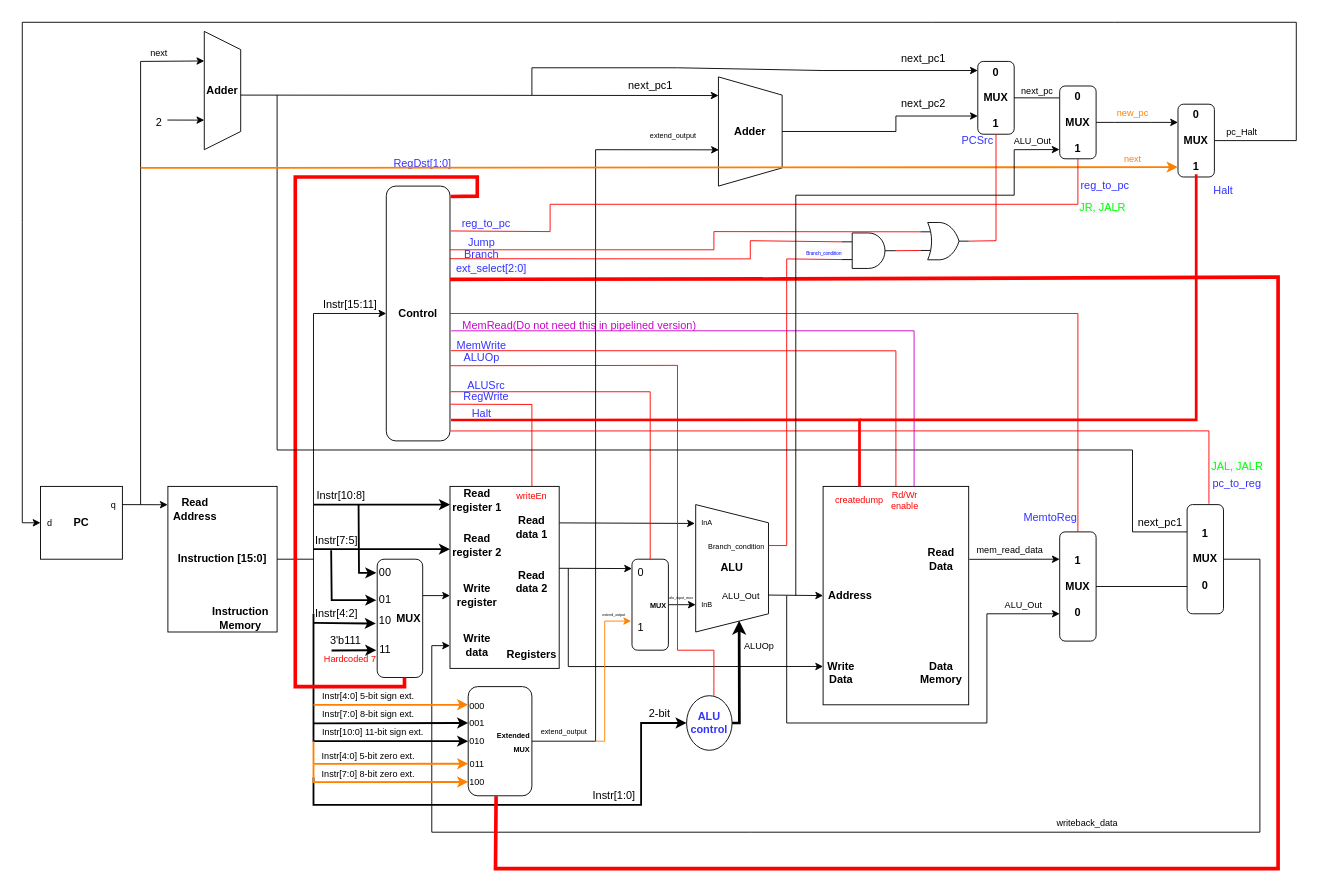
This is WISC-SP22.drawio from joshmeiyb/ECE552, a draw.io file, before an edit. Source tidied: cells renumbered, new cells numbered last; positions are measured from the earlier drawing's top-left corner, leaving out a move shared by most shapes. Both pictures are drawn from the tidied source at 91%, with x=0, y=0 at pixel (22, 22).
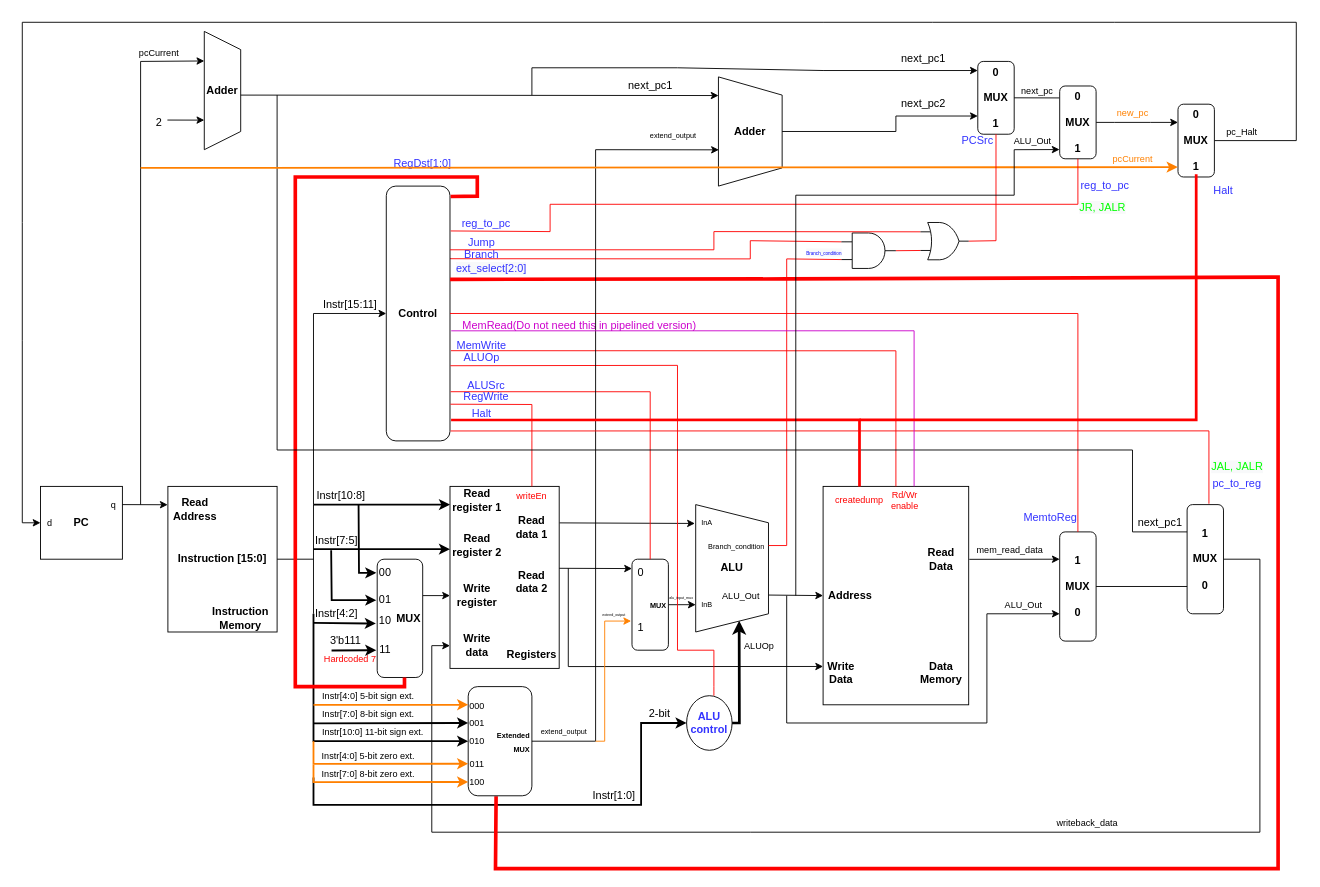
After the change.

The edit, as a diff of the source:
```diff
@@
-    <mxCell id="125" value="&lt;font color=&quot;#ff8000&quot;&gt;next&lt;/font&gt;" style="text;html=1;align=center;verticalAlign=middle;strokeColor=none;fillColor=none;fontSize=10;fontColor=#FF0000;" parent="1" vertex="1">
-      <mxGeometry x="1205" y="140" width="30" height="20" as="geometry" />
+    <mxCell id="125" value="&lt;font color=&quot;#ff8000&quot;&gt;pcCurrent&lt;/font&gt;" style="text;html=1;align=center;verticalAlign=middle;strokeColor=none;fillColor=none;fontSize=10;fontColor=#FF0000;" parent="1" vertex="1">
+      <mxGeometry x="1190" y="140" width="60" height="20" as="geometry" />
     </mxCell>
@@
-    <mxCell id="135" value="next" style="text;html=1;align=center;verticalAlign=middle;strokeColor=none;fillColor=none;fontSize=10;fontColor=#000000;" parent="1" vertex="1">
-      <mxGeometry x="135" y="23" width="30" height="20" as="geometry" />
+    <mxCell id="135" value="pcCurrent" style="text;html=1;align=center;verticalAlign=middle;strokeColor=none;fillColor=none;fontSize=10;fontColor=#000000;" parent="1" vertex="1">
+      <mxGeometry x="120" y="23" width="60" height="20" as="geometry" />
     </mxCell>
```
